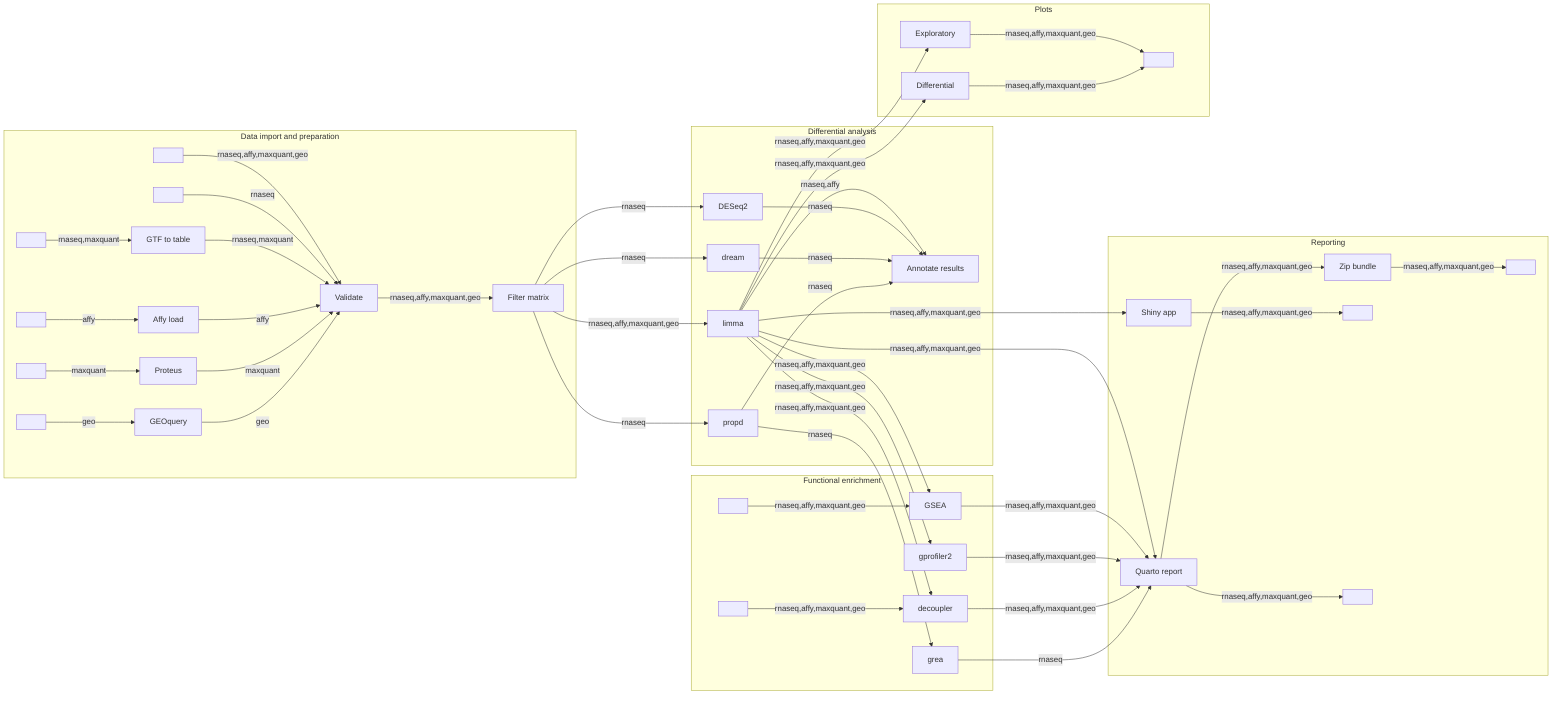
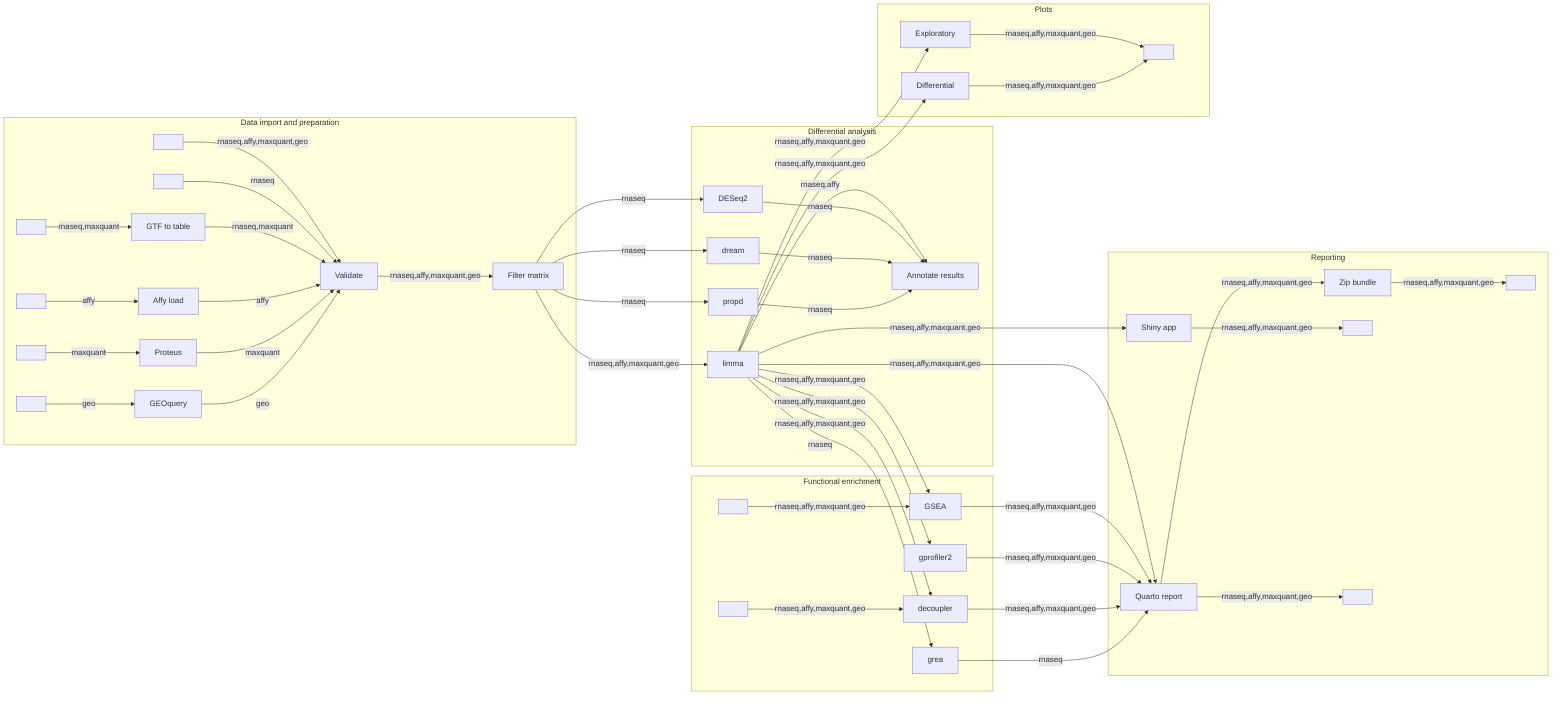
%%metro title: nf-core/differentialabundance
%%metro style: dark
%%metro legend: bl
%%metro line_order: definition
%%metro compact_offsets: true
%%metro file: meta_in | YAML | Contrasts
%%metro file: meta_in | CSV | Samples
%%metro file: matrix_in | TSV | Matrix
%%metro file: cel_in | CEL | Affy CEL
%%metro file: mq_in | TSV | MaxQuant
%%metro file: geo_in | STR | GEO ID
%%metro file: gtf_in | GTF | GTF
%%metro file: gmt_in | GMT | Gene sets
%%metro file: net_in | TSV | Network
%%metro file: report_html | HTML | Report
%%metro file: bundle_zip | ZIP | Bundle
%%metro file: shiny_html | HTML | Shiny
%%metro file: plots_png | PNG | Plots
%%metro line: rnaseq | RNA-seq counts | #2db572
%%metro line: affy | Affymetrix microarray | #e6550d
%%metro line: maxquant | MaxQuant proteomics | #0570b0
%%metro line: geo | GEO SOFT file | #756bb1
%%metro grid: data_prep | 0,0,2,1
%%metro grid: differential | 1,0,1,1
%%metro grid: functional | 2,0,1,1
%%metro grid: reporting | 3,0,1,1
%%metro grid: plots | 2,1,1,1
%%metro off_track: gmt_in, net_in

graph LR
    subgraph data_prep [Data import and preparation]
        %%metro exit: right | rnaseq, affy, maxquant, geo
        meta_in[ ]
        matrix_in[ ]
        gtf_in[ ]
        cel_in[ ]
        mq_in[ ]
        geo_in[ ]
        gtf_to_table[GTF to table]
        affy_load[Affy load]
        proteus[Proteus]
        geoquery[GEOquery]
        validator[Validate]
        matrix_filter[Filter matrix]

        meta_in -->|rnaseq,affy,maxquant,geo| validator
        matrix_in -->|rnaseq| validator
        gtf_in -->|rnaseq,maxquant| gtf_to_table
        gtf_to_table -->|rnaseq,maxquant| validator
        cel_in -->|affy| affy_load
        affy_load -->|affy| validator
        mq_in -->|maxquant| proteus
        proteus -->|maxquant| validator
        geo_in -->|geo| geoquery
        geoquery -->|geo| validator
        validator -->|rnaseq,affy,maxquant,geo| matrix_filter
    end

    subgraph differential [Differential analysis]
        %%metro entry: left | rnaseq, affy, maxquant, geo
        %%metro exit: right | rnaseq, affy, maxquant, geo
        limma[limma]
        deseq2[DESeq2]
        dream[dream]
        propd[propd]
        annotate[Annotate results]

        limma -->|rnaseq,affy| annotate
        deseq2 -->|rnaseq| annotate
        dream -->|rnaseq| annotate
        propd -->|rnaseq| annotate
    end

    subgraph functional [Functional enrichment]
        %%metro entry: left | rnaseq, affy, maxquant, geo
        %%metro exit: right | rnaseq, affy, maxquant, geo
        gmt_in[ ]
        net_in[ ]
        gsea[GSEA]
        gprofiler2[gprofiler2]
        decoupler[decoupler]
        grea[grea]

        gmt_in -->|rnaseq,affy,maxquant,geo| gsea
        net_in -->|rnaseq,affy,maxquant,geo| decoupler
    end

    subgraph reporting [Reporting]
        %%metro entry: left | rnaseq, affy, maxquant, geo
        shinyngs[Shiny app]
        quarto[Quarto report]
        bundle[Zip bundle]
        shiny_html[ ]
        report_html[ ]
        bundle_zip[ ]

        shinyngs -->|rnaseq,affy,maxquant,geo| shiny_html
        quarto -->|rnaseq,affy,maxquant,geo| report_html
        quarto -->|rnaseq,affy,maxquant,geo| bundle
        bundle -->|rnaseq,affy,maxquant,geo| bundle_zip
    end

    subgraph plots [Plots]
        %%metro entry: left | rnaseq, affy, maxquant, geo
        plot_expl[Exploratory]
        plot_diff[Differential]
        plots_png[ ]

        plot_expl -->|rnaseq,affy,maxquant,geo| plots_png
        plot_diff -->|rnaseq,affy,maxquant,geo| plots_png
    end

    %% Inter-section edges
    matrix_filter -->|rnaseq,affy,maxquant,geo| limma
    matrix_filter -->|rnaseq| deseq2
    matrix_filter -->|rnaseq| dream
    matrix_filter -->|rnaseq| propd
    %% Section 2 -> Section 3 (functional from differential results)
    limma -->|rnaseq,affy,maxquant,geo| gsea
    limma -->|rnaseq,affy,maxquant,geo| gprofiler2
    limma -->|rnaseq,affy,maxquant,geo| decoupler
-     propd -->|rnaseq| grea
+     limma -->|rnaseq| grea
    %% Section 2 -> Section 4 (plots are parallel, both from differential trunk)
    limma -->|rnaseq,affy,maxquant,geo| plot_expl
    limma -->|rnaseq,affy,maxquant,geo| plot_diff
    %% Section 2/3 -> Section 5 (reporting from differential + functional)
    limma -->|rnaseq,affy,maxquant,geo| shinyngs
    limma -->|rnaseq,affy,maxquant,geo| quarto
    gsea -->|rnaseq,affy,maxquant,geo| quarto
    gprofiler2 -->|rnaseq,affy,maxquant,geo| quarto
    decoupler -->|rnaseq,affy,maxquant,geo| quarto
    grea -->|rnaseq| quarto
